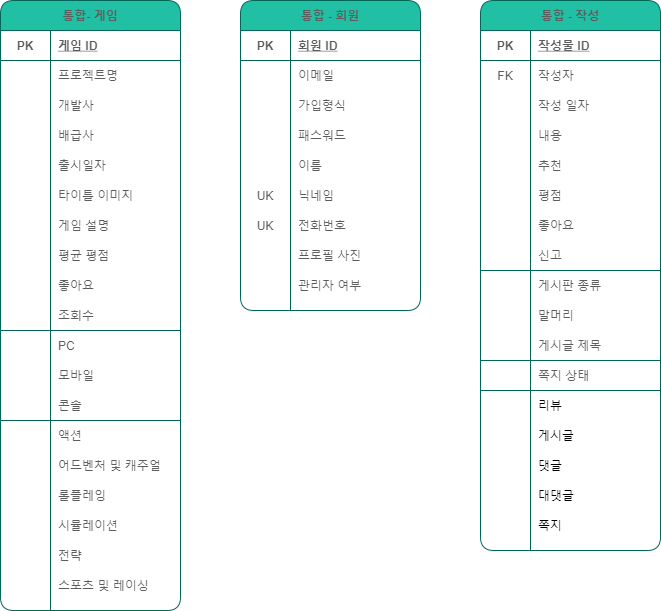
Before: MIMIC-use.drawio.png, a diagram exported from draw.io (Bolgasaliee/SZ.SecondFinal-Database). Source tidied: cells renumbered, new cells last; positions are measured from the earlier drawing's top-left corner, leaving out a move shared by most shapes.
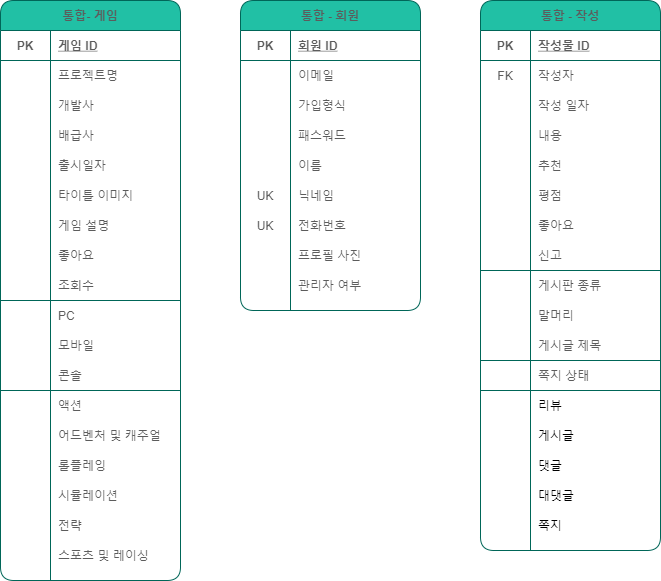
The same file after the commit.

The edit, as a diff of the source:
```diff
@@ -102,7 +102,7 @@
       </mxGeometry>
     </mxCell>
     <mxCell id="33" value="통합- 게임" style="shape=table;startSize=30;rowLines=0;fontStyle=1;align=center;fillColor=#21C0A5;strokeColor=#006658;fontColor=#5C5C5C;rounded=1;" parent="1" vertex="1">
-      <mxGeometry width="180" height="610" as="geometry" />
+      <mxGeometry width="180" height="580" as="geometry" />
     </mxCell>
     <mxCell id="34" style="shape=partialRectangle;fillColor=none;top=0;left=0;bottom=1;right=0;points=[[0,0.5],[1,0.5]];portConstraint=eastwest;strokeColor=#006658;fontColor=#5C5C5C;rounded=1;" parent="33" vertex="1">
       <mxGeometry y="30" width="180" height="30" as="geometry" />
@@ -167,17 +167,8 @@
     <mxCell id="54" value="게임 설명" style="shape=partialRectangle;fillColor=none;top=0;left=0;bottom=0;right=0;align=left;spacingLeft=6;overflow=hidden;strokeColor=#006658;fontColor=#5C5C5C;rounded=1;" parent="52" vertex="1">
       <mxGeometry x="50" width="130" height="30" as="geometry" />
     </mxCell>
-    <mxCell id="55" style="shape=partialRectangle;fillColor=none;top=0;left=0;bottom=0;right=0;strokeColor=#006658;fontColor=#5C5C5C;rounded=1;" parent="33" vertex="1">
-      <mxGeometry y="240" width="180" height="30" as="geometry" />
-    </mxCell>
-    <mxCell id="56" style="shape=partialRectangle;fillColor=none;top=0;left=0;bottom=0;right=0;overflow=hidden;strokeColor=#006658;fontColor=#5C5C5C;rounded=1;" parent="55" vertex="1">
-      <mxGeometry width="50" height="30" as="geometry" />
-    </mxCell>
-    <mxCell id="57" value="평균 평점" style="shape=partialRectangle;fillColor=none;top=0;left=0;bottom=0;right=0;align=left;spacingLeft=6;overflow=hidden;strokeColor=#006658;fontColor=#5C5C5C;rounded=1;" parent="55" vertex="1">
-      <mxGeometry x="50" width="130" height="30" as="geometry" />
-    </mxCell>
     <mxCell id="58" style="shape=partialRectangle;fillColor=none;top=0;left=0;bottom=0;right=0;strokeColor=#006658;fontColor=#5C5C5C;rounded=1;" parent="33" vertex="1">
-      <mxGeometry y="270" width="180" height="30" as="geometry" />
+      <mxGeometry y="240" width="180" height="30" as="geometry" />
     </mxCell>
     <mxCell id="59" style="shape=partialRectangle;fillColor=none;top=0;left=0;bottom=0;right=0;overflow=hidden;strokeColor=#006658;fontColor=#5C5C5C;rounded=1;" parent="58" vertex="1">
       <mxGeometry width="50" height="30" as="geometry" />
@@ -186,7 +177,7 @@
       <mxGeometry x="50" width="130" height="30" as="geometry" />
     </mxCell>
     <mxCell id="61" style="shape=partialRectangle;fillColor=none;top=0;left=0;bottom=1;right=0;strokeColor=#006658;fontColor=#5C5C5C;rounded=1;" parent="33" vertex="1">
-      <mxGeometry y="300" width="180" height="30" as="geometry" />
+      <mxGeometry y="270" width="180" height="30" as="geometry" />
     </mxCell>
     <mxCell id="62" style="shape=partialRectangle;fillColor=none;top=0;left=0;bottom=0;right=0;fontStyle=1;overflow=hidden;strokeColor=#006658;fontColor=#5C5C5C;rounded=1;" parent="61" vertex="1">
       <mxGeometry width="50" height="30" as="geometry" />
@@ -195,7 +186,7 @@
       <mxGeometry x="50" width="130" height="30" as="geometry" />
     </mxCell>
     <mxCell id="64" style="shape=partialRectangle;fillColor=none;top=0;left=0;bottom=0;right=0;strokeColor=#006658;fontColor=#5C5C5C;rounded=1;" parent="33" vertex="1">
-      <mxGeometry y="330" width="180" height="30" as="geometry" />
+      <mxGeometry y="300" width="180" height="30" as="geometry" />
     </mxCell>
     <mxCell id="65" style="shape=partialRectangle;fillColor=none;top=0;left=0;bottom=0;right=0;overflow=hidden;strokeColor=#006658;fontColor=#5C5C5C;rounded=1;" parent="64" vertex="1">
       <mxGeometry width="50" height="30" as="geometry" />
@@ -204,7 +195,7 @@
       <mxGeometry x="50" width="130" height="30" as="geometry" />
     </mxCell>
     <mxCell id="67" style="shape=partialRectangle;fillColor=none;top=0;left=0;bottom=0;right=0;strokeColor=#006658;fontColor=#5C5C5C;rounded=1;" parent="33" vertex="1">
-      <mxGeometry y="360" width="180" height="30" as="geometry" />
+      <mxGeometry y="330" width="180" height="30" as="geometry" />
     </mxCell>
     <mxCell id="68" style="shape=partialRectangle;fillColor=none;top=0;left=0;bottom=0;right=0;overflow=hidden;strokeColor=#006658;fontColor=#5C5C5C;rounded=1;" parent="67" vertex="1">
       <mxGeometry width="50" height="30" as="geometry" />
@@ -213,7 +204,7 @@
       <mxGeometry x="50" width="130" height="30" as="geometry" />
     </mxCell>
     <mxCell id="70" style="shape=partialRectangle;fillColor=none;top=0;left=0;bottom=1;right=0;strokeColor=#006658;fontColor=#5C5C5C;rounded=1;" parent="33" vertex="1">
-      <mxGeometry y="390" width="180" height="30" as="geometry" />
+      <mxGeometry y="360" width="180" height="30" as="geometry" />
     </mxCell>
     <mxCell id="71" style="shape=partialRectangle;fillColor=none;top=0;left=0;bottom=0;right=0;fontStyle=1;overflow=hidden;strokeColor=#006658;fontColor=#5C5C5C;rounded=1;" parent="70" vertex="1">
       <mxGeometry width="50" height="30" as="geometry" />
@@ -222,7 +213,7 @@
       <mxGeometry x="50" width="130" height="30" as="geometry" />
     </mxCell>
     <mxCell id="73" style="shape=partialRectangle;fillColor=none;top=0;left=0;bottom=0;right=0;strokeColor=#006658;fontColor=#5C5C5C;rounded=1;" parent="33" vertex="1">
-      <mxGeometry y="420" width="180" height="30" as="geometry" />
+      <mxGeometry y="390" width="180" height="30" as="geometry" />
     </mxCell>
     <mxCell id="74" style="shape=partialRectangle;fillColor=none;top=0;left=0;bottom=0;right=0;overflow=hidden;strokeColor=#006658;fontColor=#5C5C5C;rounded=1;" parent="73" vertex="1">
       <mxGeometry width="50" height="30" as="geometry" />
@@ -231,7 +222,7 @@
       <mxGeometry x="50" width="130" height="30" as="geometry" />
     </mxCell>
     <mxCell id="76" style="shape=partialRectangle;fillColor=none;top=0;left=0;bottom=0;right=0;strokeColor=#006658;fontColor=#5C5C5C;rounded=1;" parent="33" vertex="1">
-      <mxGeometry y="450" width="180" height="30" as="geometry" />
+      <mxGeometry y="420" width="180" height="30" as="geometry" />
     </mxCell>
     <mxCell id="77" style="shape=partialRectangle;fillColor=none;top=0;left=0;bottom=0;right=0;overflow=hidden;strokeColor=#006658;fontColor=#5C5C5C;rounded=1;" parent="76" vertex="1">
       <mxGeometry width="50" height="30" as="geometry" />
@@ -240,7 +231,7 @@
       <mxGeometry x="50" width="130" height="30" as="geometry" />
     </mxCell>
     <mxCell id="79" style="shape=partialRectangle;fillColor=none;top=0;left=0;bottom=0;right=0;strokeColor=#006658;fontColor=#5C5C5C;rounded=1;" parent="33" vertex="1">
-      <mxGeometry y="480" width="180" height="30" as="geometry" />
+      <mxGeometry y="450" width="180" height="30" as="geometry" />
     </mxCell>
     <mxCell id="80" style="shape=partialRectangle;fillColor=none;top=0;left=0;bottom=0;right=0;overflow=hidden;strokeColor=#006658;fontColor=#5C5C5C;rounded=1;" parent="79" vertex="1">
       <mxGeometry width="50" height="30" as="geometry" />
@@ -249,7 +240,7 @@
       <mxGeometry x="50" width="130" height="30" as="geometry" />
     </mxCell>
     <mxCell id="82" style="shape=partialRectangle;fillColor=none;top=0;left=0;bottom=0;right=0;strokeColor=#006658;fontColor=#5C5C5C;rounded=1;" parent="33" vertex="1">
-      <mxGeometry y="510" width="180" height="30" as="geometry" />
+      <mxGeometry y="480" width="180" height="30" as="geometry" />
     </mxCell>
     <mxCell id="83" style="shape=partialRectangle;fillColor=none;top=0;left=0;bottom=0;right=0;overflow=hidden;strokeColor=#006658;fontColor=#5C5C5C;rounded=1;" parent="82" vertex="1">
       <mxGeometry width="50" height="30" as="geometry" />
@@ -258,7 +249,7 @@
       <mxGeometry x="50" width="130" height="30" as="geometry" />
     </mxCell>
     <mxCell id="85" style="shape=partialRectangle;fillColor=none;top=0;left=0;bottom=0;right=0;strokeColor=#006658;fontColor=#5C5C5C;rounded=1;" parent="33" vertex="1">
-      <mxGeometry y="540" width="180" height="30" as="geometry" />
+      <mxGeometry y="510" width="180" height="30" as="geometry" />
     </mxCell>
     <mxCell id="86" style="shape=partialRectangle;fillColor=none;top=0;left=0;bottom=0;right=0;overflow=hidden;strokeColor=#006658;fontColor=#5C5C5C;rounded=1;" parent="85" vertex="1">
       <mxGeometry width="50" height="30" as="geometry" />
@@ -267,7 +258,7 @@
       <mxGeometry x="50" width="130" height="30" as="geometry" />
     </mxCell>
     <mxCell id="88" style="shape=partialRectangle;fillColor=none;top=0;left=0;bottom=0;right=0;strokeColor=#006658;fontColor=#5C5C5C;rounded=1;" parent="33" vertex="1">
-      <mxGeometry y="570" width="180" height="30" as="geometry" />
+      <mxGeometry y="540" width="180" height="30" as="geometry" />
     </mxCell>
     <mxCell id="89" style="shape=partialRectangle;fillColor=none;top=0;left=0;bottom=0;right=0;overflow=hidden;strokeColor=#006658;fontColor=#5C5C5C;rounded=1;" parent="88" vertex="1">
       <mxGeometry width="50" height="30" as="geometry" />
```
